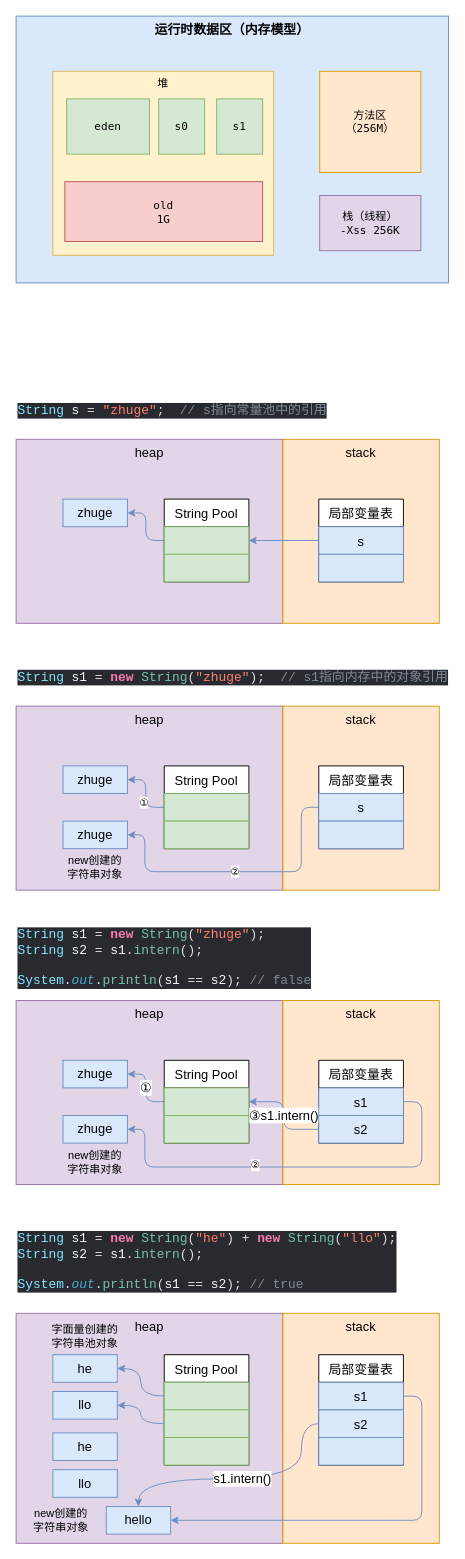
Before: Untitled Diagram.drawio in songailin/draw, a draw.io diagram. Source tidied: cells renumbered, new cells numbered last; positions are measured from the earlier drawing's top-left corner, leaving out a move shared by most shapes. Both pictures are drawn from the tidied source at 92%, with x=0, y=0 at pixel (16, 16).
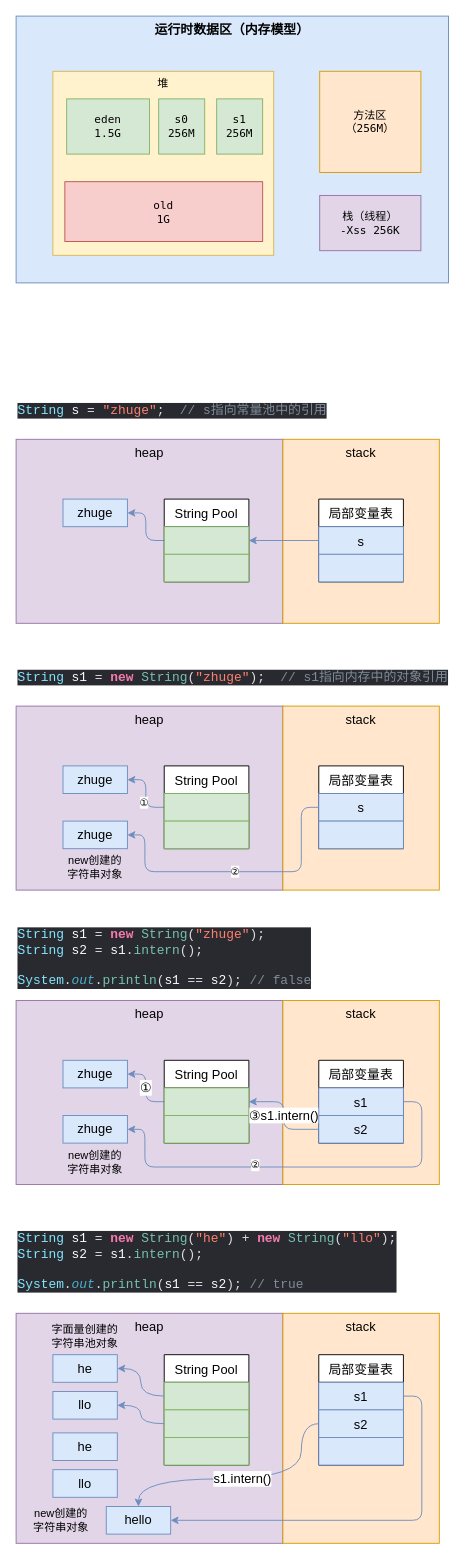
After the change.

Diff of the diagram source:
```diff
@@
-    <mxCell id="6" value="eden&lt;br&gt;" style="rounded=0;whiteSpace=wrap;html=1;fillColor=#d5e8d4;strokeColor=#82b366;fontFamily=Lucida Console;" parent="1" vertex="1">
+    <mxCell id="6" value="eden&lt;br&gt;1.5G" style="rounded=0;whiteSpace=wrap;html=1;fillColor=#d5e8d4;strokeColor=#82b366;fontFamily=Lucida Console;" parent="1" vertex="1">
       <mxGeometry x="55" y="90" width="90" height="60" as="geometry" />
     </mxCell>
-    <mxCell id="7" value="s0" style="rounded=0;whiteSpace=wrap;html=1;fillColor=#d5e8d4;strokeColor=#82b366;fontFamily=Lucida Console;" parent="1" vertex="1">
+    <mxCell id="7" value="s0&lt;br&gt;256M" style="rounded=0;whiteSpace=wrap;html=1;fillColor=#d5e8d4;strokeColor=#82b366;fontFamily=Lucida Console;" parent="1" vertex="1">
       <mxGeometry x="155" y="90" width="50" height="60" as="geometry" />
     </mxCell>
-    <mxCell id="8" value="s1" style="rounded=0;whiteSpace=wrap;html=1;fillColor=#d5e8d4;strokeColor=#82b366;fontFamily=Lucida Console;" parent="1" vertex="1">
+    <mxCell id="8" value="s1&lt;br&gt;256M" style="rounded=0;whiteSpace=wrap;html=1;fillColor=#d5e8d4;strokeColor=#82b366;fontFamily=Lucida Console;" parent="1" vertex="1">
       <mxGeometry x="218" y="90" width="50" height="60" as="geometry" />
     </mxCell>
```
